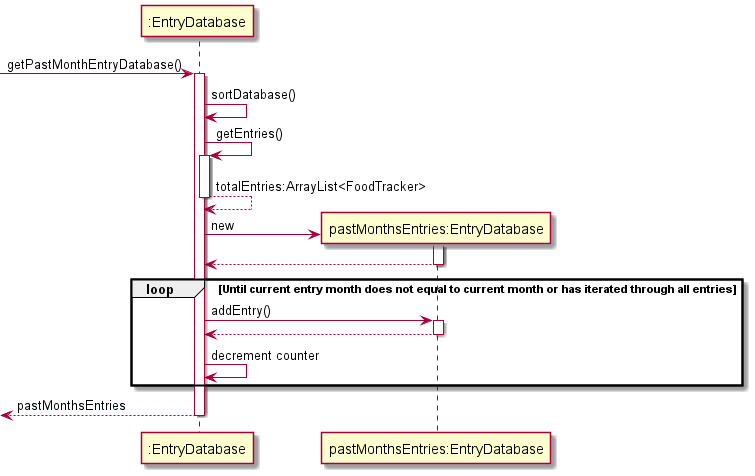
Earlier version of the PlantUML export docs/diagrams-DG/EntryDatabase_getPastMonthsEntryDatabase_Seq.png (praj-bellakka/tp).
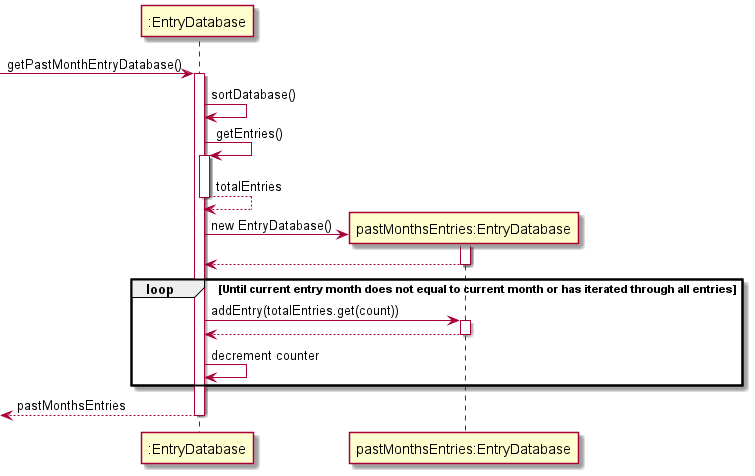
Later version of the same file.

Change to the diagram source:
```diff
@@ -8,17 +8,17 @@
 
 ":EntryDatabase" -> ":EntryDatabase": getEntries()
 activate ":EntryDatabase"
-":EntryDatabase" --> ":EntryDatabase": totalEntries:ArrayList<FoodTracker>
+":EntryDatabase" --> ":EntryDatabase": totalEntries
 deactivate ":EntryDatabase"
 
 create "pastMonthsEntries:EntryDatabase"
-":EntryDatabase" -> "pastMonthsEntries:EntryDatabase": new
+":EntryDatabase" -> "pastMonthsEntries:EntryDatabase": new EntryDatabase()
 activate "pastMonthsEntries:EntryDatabase"
 return
 
 loop Until current entry month does not equal to current month or has iterated through all entries
 
-    ":EntryDatabase" -> "pastMonthsEntries:EntryDatabase": addEntry()
+    ":EntryDatabase" -> "pastMonthsEntries:EntryDatabase": addEntry(totalEntries.get(count))
     activate "pastMonthsEntries:EntryDatabase"
     return
 
```
